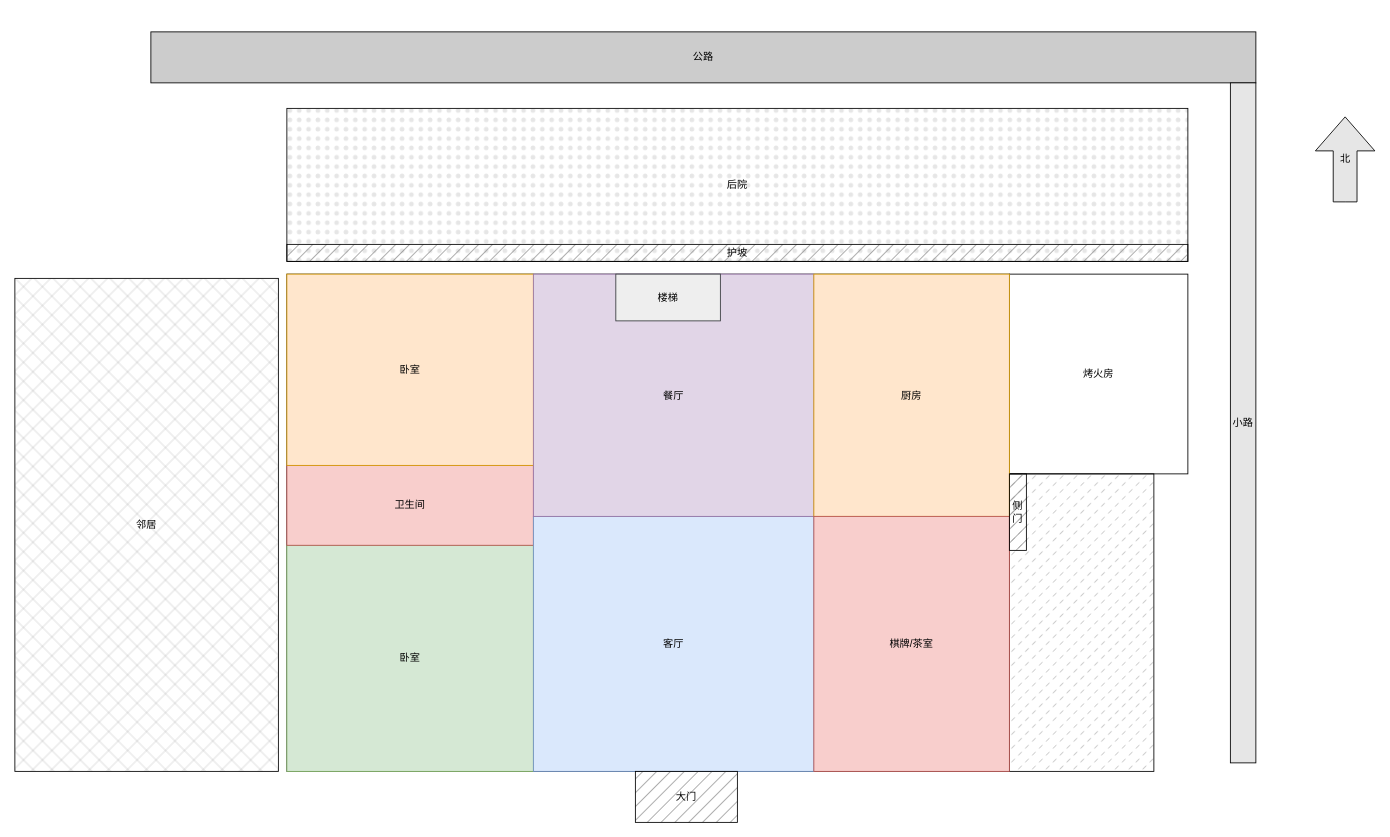
The draw.io diagram 未命名绘图.drawio in vw331/git-resource, before the edit. Source tidied: cells renumbered, new cells numbered last; positions are measured from the earlier drawing's top-left corner, leaving out a move shared by most shapes. Both pictures are drawn from the tidied source at 85%, with x=0, y=0 at pixel (14, 31).
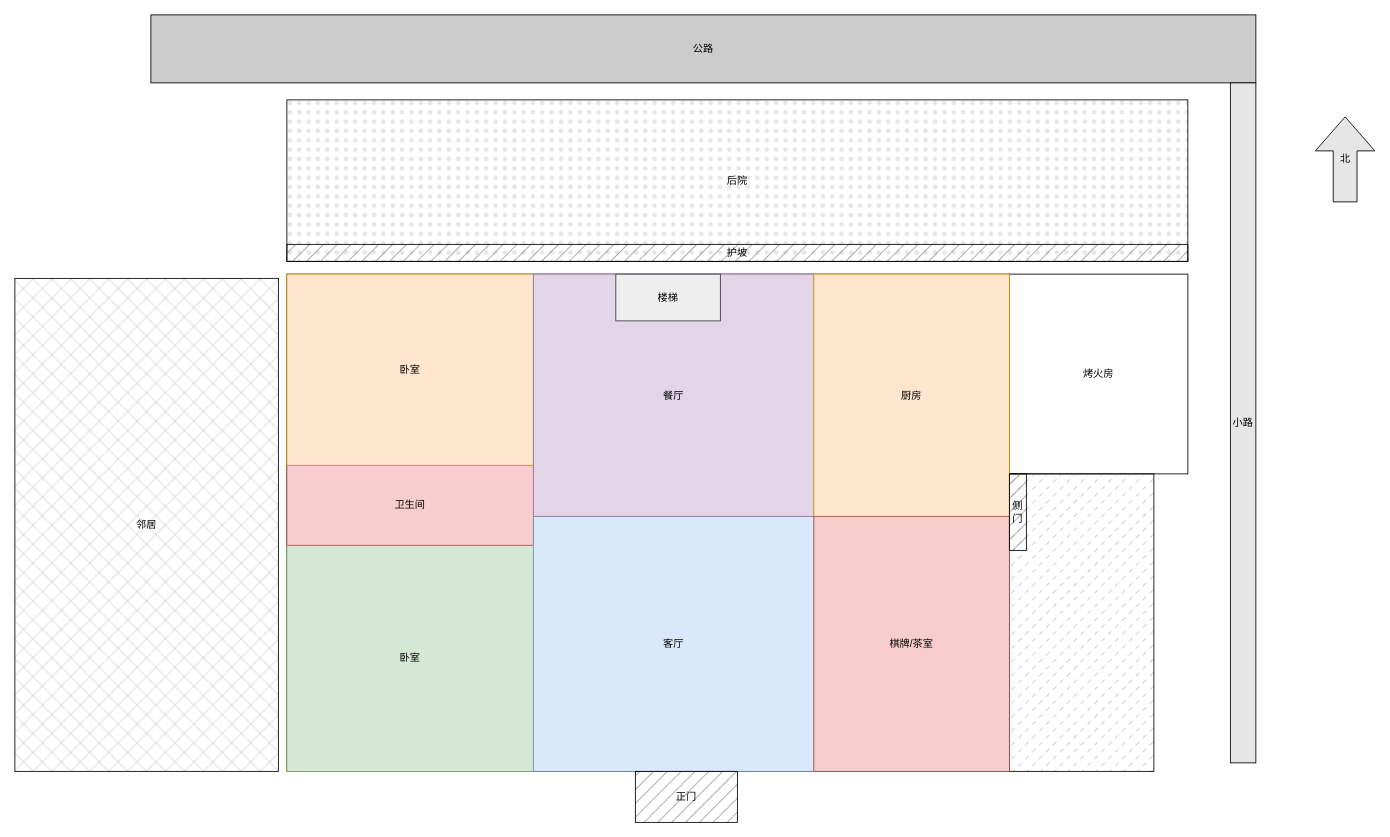
After the change.

Commit message:
更新未命名绘图.drawio

Diff of the diagram source:
```diff
@@
     <mxCell id="3" value="公路" style="rounded=0;whiteSpace=wrap;html=1;fillColor=#CCCCCC;" parent="1" vertex="1">
-      <mxGeometry x="160" width="1300" height="60" as="geometry" />
+      <mxGeometry x="160" y="-20" width="1300" height="80" as="geometry" />
     </mxCell>
@@
     <mxCell id="5" value="后院" style="rounded=0;whiteSpace=wrap;html=1;fillColor=#E6E6E6;fillStyle=dots;" parent="1" vertex="1">
-      <mxGeometry x="320" y="90" width="1060" height="180" as="geometry" />
+      <mxGeometry x="320" y="80" width="1060" height="190" as="geometry" />
     </mxCell>
@@
-    <mxCell id="15" value="大门" style="rounded=0;whiteSpace=wrap;html=1;fillStyle=hatch;fillColor=#808080;" parent="1" vertex="1">
+    <mxCell id="15" value="正门" style="rounded=0;whiteSpace=wrap;html=1;fillStyle=hatch;fillColor=#808080;" parent="1" vertex="1">
       <mxGeometry x="730" y="870" width="120" height="60" as="geometry" />
     </mxCell>
```
